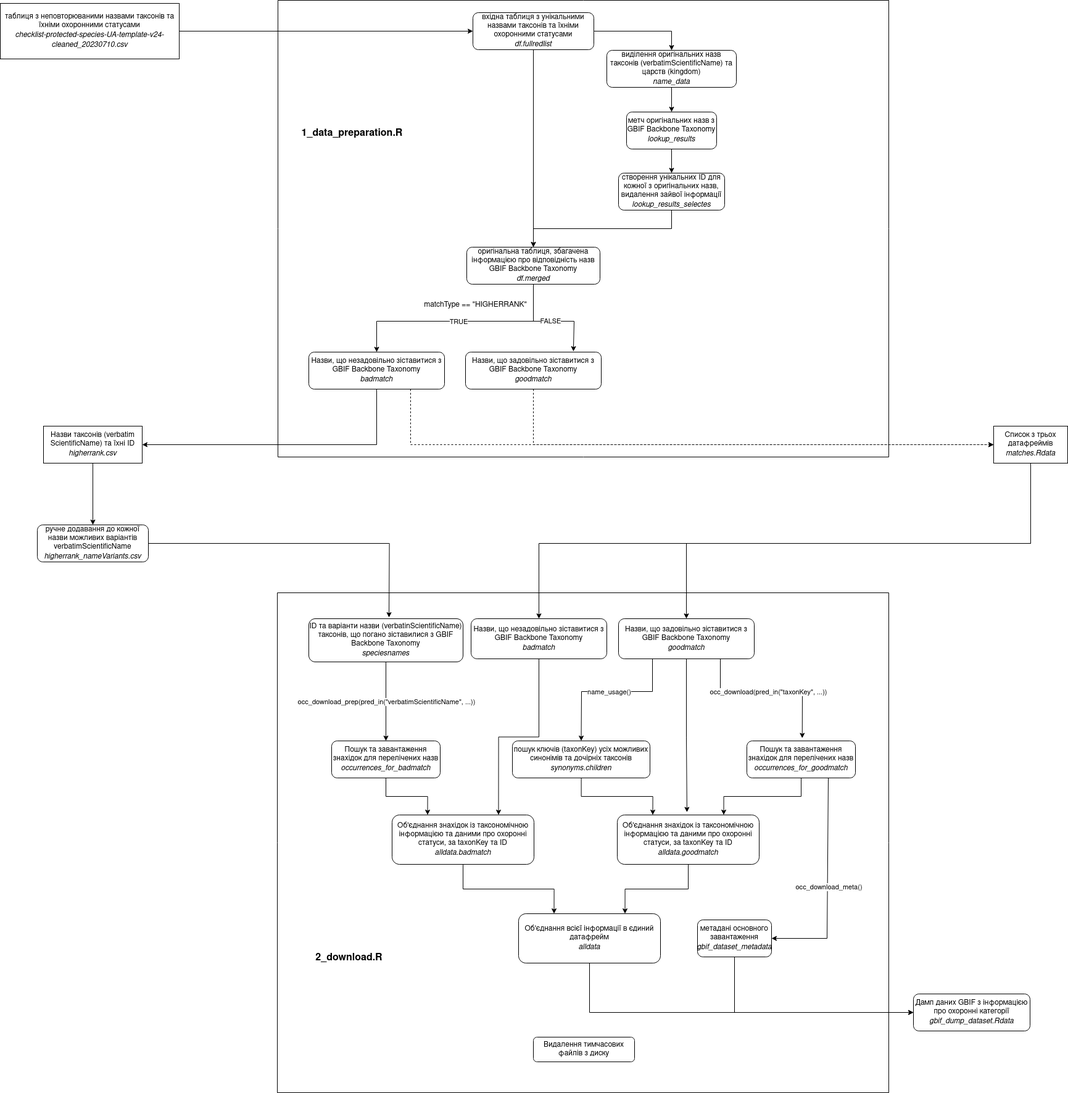
Above: gbif_occ_downloader_workflow.png in olehprylutskyi/GBIF_occurence_download (draw.io), before the change. Source tidied: cells renumbered, new cells last; positions are measured from the earlier drawing's top-left corner, leaving out a move shared by most shapes.
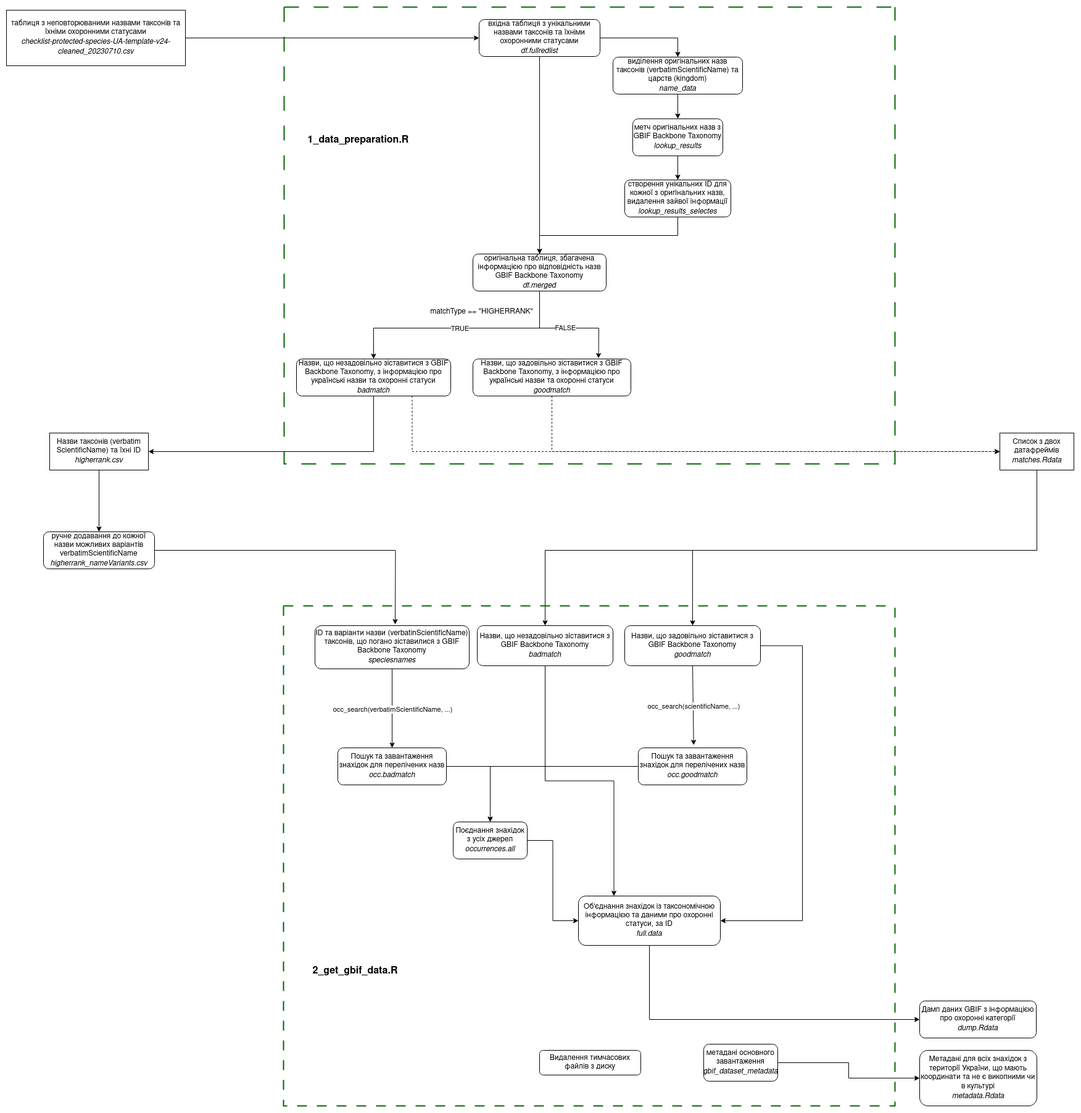
After the change.

What changed in the source:
```diff
@@ -35,8 +35,8 @@
     <mxCell id="12" style="edgeStyle=orthogonalEdgeStyle;rounded=0;jettySize=auto;html=1;exitX=0.5;exitY=1;exitDx=0;exitDy=0;entryX=0;entryY=0.5;entryDx=0;entryDy=0;dashed=1;" parent="1" edge="1" source="13" target="27">
       <mxGeometry relative="1" as="geometry" />
     </mxCell>
-    <mxCell id="13" value="&lt;div&gt;Назви, що задовільно зіставитися з GBIF Backbone Taxonomy&lt;/div&gt;&lt;div&gt;&lt;i&gt;goodmatch&lt;/i&gt;&lt;br&gt;&lt;/div&gt;" style="rounded=1;whiteSpace=wrap;html=1;" parent="1" vertex="1">
-      <mxGeometry x="754" y="570" width="220" height="60" as="geometry" />
+    <mxCell id="13" value="&lt;div&gt;Назви, що задовільно зіставитися з GBIF Backbone Taxonomy, з інформацією про українські назви та охоронні статуси&lt;/div&gt;&lt;div&gt;&lt;i&gt;goodmatch&lt;/i&gt;&lt;br&gt;&lt;/div&gt;" style="rounded=1;whiteSpace=wrap;html=1;" parent="1" vertex="1">
+      <mxGeometry x="756" y="570" width="256" height="60" as="geometry" />
     </mxCell>
     <mxCell id="14" style="edgeStyle=orthogonalEdgeStyle;rounded=0;jettySize=auto;html=1;exitX=0.5;exitY=1;exitDx=0;exitDy=0;entryX=1;entryY=0.5;entryDx=0;entryDy=0;" parent="1" edge="1" source="16" target="19">
       <mxGeometry relative="1" as="geometry" />
@@ -44,8 +44,8 @@
     <mxCell id="15" style="edgeStyle=orthogonalEdgeStyle;rounded=0;jettySize=auto;html=1;exitX=0.75;exitY=1;exitDx=0;exitDy=0;entryX=0;entryY=0.5;entryDx=0;entryDy=0;dashed=1;" parent="1" edge="1" source="16" target="27">
       <mxGeometry relative="1" as="geometry" />
     </mxCell>
-    <mxCell id="16" value="&lt;div&gt;Назви, що незадовільно зіставитися з GBIF Backbone Taxonomy&lt;/div&gt;&lt;div&gt;&lt;i&gt;badmatch&lt;/i&gt;&lt;br&gt;&lt;/div&gt;" style="rounded=1;whiteSpace=wrap;html=1;" parent="1" vertex="1">
-      <mxGeometry x="500" y="570" width="220" height="60" as="geometry" />
+    <mxCell id="16" value="&lt;div&gt;Назви, що незадовільно зіставитися з GBIF Backbone Taxonomy, з інформацією про українські назви та охоронні статуси&lt;br&gt;&lt;/div&gt;&lt;div&gt;&lt;i&gt;badmatch&lt;/i&gt;&lt;br&gt;&lt;/div&gt;" style="rounded=1;whiteSpace=wrap;html=1;" parent="1" vertex="1">
+      <mxGeometry x="470" y="570" width="250" height="60" as="geometry" />
     </mxCell>
     <mxCell id="17" value="matchType == &quot;HIGHERRANK&quot;" style="text;html=1;align=center;verticalAlign=middle;strokeColor=none;fillColor=none;" parent="1" vertex="1">
       <mxGeometry x="675" y="479" width="190" height="30" as="geometry" />
@@ -89,14 +89,14 @@
         </Array>
       </mxGeometry>
     </mxCell>
-    <mxCell id="27" value="&lt;div&gt;Список з трьох датафреймів &lt;br&gt;&lt;/div&gt;&lt;div&gt;&lt;i&gt;matches.Rdata&lt;/i&gt;&lt;/div&gt;" style="rounded=0;whiteSpace=wrap;html=1;" parent="1" vertex="1">
+    <mxCell id="27" value="&lt;div&gt;Список з двох датафреймів &lt;br&gt;&lt;/div&gt;&lt;div&gt;&lt;i&gt;matches.Rdata&lt;/i&gt;&lt;/div&gt;" style="rounded=0;whiteSpace=wrap;html=1;" parent="1" vertex="1">
       <mxGeometry x="1610" y="690" width="120" height="60" as="geometry" />
     </mxCell>
     <mxCell id="28" style="endArrow=classic;html=1;rounded=0;exitX=0.5;exitY=1;exitDx=0;exitDy=0;entryX=0.5;entryY=0;entryDx=0;entryDy=0;" parent="1" edge="1" source="11" target="16">
       <mxGeometry relative="1" as="geometry">
         <Array as="points">
           <mxPoint x="864" y="520" />
-          <mxPoint x="610" y="520" />
+          <mxPoint x="595" y="520" />
         </Array>
       </mxGeometry>
     </mxCell>
@@ -107,130 +107,93 @@
       <mxGeometry relative="1" as="geometry">
         <Array as="points">
           <mxPoint x="864" y="520" />
-          <mxPoint x="930" y="520" />
+          <mxPoint x="960" y="520" />
         </Array>
       </mxGeometry>
     </mxCell>
-    <mxCell id="31" style="edgeStyle=orthogonalEdgeStyle;rounded=0;jettySize=auto;html=1;entryX=0.75;entryY=0;entryDx=0;entryDy=0;" parent="1" edge="1" source="32" target="52">
-      <mxGeometry relative="1" as="geometry" />
-    </mxCell>
+    <mxCell id="64" style="edgeStyle=orthogonalEdgeStyle;rounded=0;jettySize=auto;html=1;entryX=0.25;entryY=0;entryDx=0;entryDy=0;" parent="1" edge="1" source="32" target="53">
+      <mxGeometry relative="1" as="geometry" />
+    </mxCell>
     <mxCell id="32" value="&lt;div&gt;Назви, що незадовільно зіставитися з GBIF Backbone Taxonomy&lt;/div&gt;&lt;div&gt;&lt;i&gt;badmatch&lt;/i&gt;&lt;br&gt;&lt;/div&gt;" style="rounded=1;whiteSpace=wrap;html=1;" parent="1" vertex="1">
       <mxGeometry x="763" y="1002" width="220" height="65" as="geometry" />
     </mxCell>
-    <mxCell id="33" style="edgeStyle=orthogonalEdgeStyle;rounded=0;jettySize=auto;html=1;entryX=0.491;entryY=-0.056;entryDx=0;entryDy=0;entryPerimeter=0;" parent="1" edge="1" source="34" target="50">
-      <mxGeometry relative="1" as="geometry" />
-    </mxCell>
+    <mxCell id="65" style="edgeStyle=orthogonalEdgeStyle;rounded=0;jettySize=auto;html=1;entryX=1;entryY=0.5;entryDx=0;entryDy=0;" parent="1" edge="1" source="34" target="53">
+      <mxGeometry relative="1" as="geometry">
+        <Array as="points">
+          <mxPoint x="1290" y="1035" />
+          <mxPoint x="1290" y="1480" />
+        </Array>
+      </mxGeometry>
+    </mxCell>
     <mxCell id="34" value="&lt;div&gt;Назви, що задовільно зіставитися з GBIF Backbone Taxonomy&lt;/div&gt;&lt;div&gt;&lt;i&gt;goodmatch&lt;/i&gt;&lt;br&gt;&lt;/div&gt;" style="rounded=1;whiteSpace=wrap;html=1;" parent="1" vertex="1">
       <mxGeometry x="1002" y="1002" width="220" height="65" as="geometry" />
     </mxCell>
-    <mxCell id="35" style="edgeStyle=orthogonalEdgeStyle;rounded=0;jettySize=auto;html=1;entryX=0.25;entryY=0;entryDx=0;entryDy=0;" parent="1" edge="1" source="36" target="52">
-      <mxGeometry relative="1" as="geometry" />
-    </mxCell>
+    <mxCell id="66" style="edgeStyle=orthogonalEdgeStyle;rounded=0;jettySize=auto;html=1;" parent="1" edge="1" source="36" target="70">
+      <mxGeometry relative="1" as="geometry" />
+    </mxCell>
-    <mxCell id="36" value="Пошук та завантаження знахідок для перелічених назв&lt;br&gt;&lt;div&gt;&lt;i&gt;occurrences_for_badmatch&lt;/i&gt;&lt;/div&gt;" style="rounded=1;whiteSpace=wrap;html=1;" parent="1" vertex="1">
+    <mxCell id="36" value="Пошук та завантаження знахідок для перелічених назв&lt;br&gt;&lt;div&gt;&lt;i&gt;occ.badmatch&lt;/i&gt;&lt;/div&gt;" style="rounded=1;whiteSpace=wrap;html=1;" parent="1" vertex="1">
       <mxGeometry x="537" y="1200" width="176" height="60" as="geometry" />
     </mxCell>
-    <mxCell id="37" style="swimlane;startSize=0;glass=0;swimlaneLine=1;gradientColor=none;" parent="1" vertex="1">
+    <mxCell id="37" style="swimlane;startSize=0;glass=0;swimlaneLine=1;gradientColor=none;dashed=1;dashPattern=12 12;strokeColor=#006600;strokeWidth=2;" parent="1" vertex="1">
       <mxGeometry x="450" width="990" height="740" as="geometry" />
     </mxCell>
     <mxCell id="38" value="&lt;b&gt;&lt;font style=&quot;font-size: 16px;&quot;&gt;1_data_preparation.R&lt;/font&gt;&lt;/b&gt;" style="text;html=1;align=center;verticalAlign=middle;strokeColor=none;fillColor=none;" parent="37" vertex="1">
       <mxGeometry x="25" y="201" width="190" height="30" as="geometry" />
     </mxCell>
-    <mxCell id="39" style="edgeStyle=orthogonalEdgeStyle;rounded=0;jettySize=auto;html=1;entryX=0.75;entryY=0;entryDx=0;entryDy=0;" parent="1" edge="1" source="40" target="50">
-      <mxGeometry relative="1" as="geometry" />
-    </mxCell>
-    <mxCell id="40" value="Пошук та завантаження знахідок для перелічених назв&lt;br&gt;&lt;div&gt;&lt;i&gt;occurrences_for_goodmatch&lt;/i&gt;&lt;/div&gt;" style="rounded=1;whiteSpace=wrap;html=1;" parent="1" vertex="1">
-      <mxGeometry x="1210" y="1200" width="176" height="60" as="geometry" />
-    </mxCell>
     <mxCell id="41" style="endArrow=classic;html=1;rounded=0;exitX=0.5;exitY=1;exitDx=0;exitDy=0;entryX=0.5;entryY=0;entryDx=0;entryDy=0;" parent="1" edge="1" source="22" target="36">
       <mxGeometry relative="1" as="geometry" />
     </mxCell>
-    <mxCell id="42" value="&lt;div&gt;occ_download_prep(pred_in(&quot;verbatimScientificName&quot;, ...))&lt;/div&gt;" style="edgeLabel;html=1;align=center;verticalAlign=middle;" parent="41" vertex="1">
+    <mxCell id="42" value="&lt;div&gt;occ_search(verbatimScientificName, ...)&lt;/div&gt;" style="edgeLabel;html=1;align=center;verticalAlign=middle;" parent="41" vertex="1">
       <mxGeometry relative="1" as="geometry" />
     </mxCell>
-    <mxCell id="43" style="endArrow=classic;html=1;rounded=0;entryX=0.51;entryY=-0.074;entryDx=0;entryDy=0;entryPerimeter=0;exitX=0.75;exitY=1;exitDx=0;exitDy=0;" parent="1" edge="1" source="34" target="40">
-      <mxGeometry relative="1" as="geometry">
-        <Array as="points">
-          <mxPoint x="1167" y="1120" />
-          <mxPoint x="1300" y="1120" />
-        </Array>
-      </mxGeometry>
+    <mxCell id="43" style="endArrow=classic;html=1;rounded=0;entryX=0.51;entryY=-0.074;entryDx=0;entryDy=0;entryPerimeter=0;exitX=0.5;exitY=1;exitDx=0;exitDy=0;" parent="1" edge="1" source="34" target="40">
+      <mxGeometry relative="1" as="geometry" />
     </mxCell>
-    <mxCell id="44" value="&lt;div&gt;occ_download(pred_in(&quot;taxonKey&quot;, ...))&lt;/div&gt;" style="edgeLabel;html=1;align=center;verticalAlign=middle;" parent="43" vertex="1">
+    <mxCell id="44" value="&lt;div&gt;occ_search(scientificName, ...)&lt;br&gt;&lt;/div&gt;" style="edgeLabel;html=1;align=center;verticalAlign=middle;" parent="43" vertex="1">
       <mxGeometry relative="1" as="geometry" />
     </mxCell>
-    <mxCell id="45" style="edgeStyle=orthogonalEdgeStyle;rounded=0;jettySize=auto;html=1;entryX=0.25;entryY=0;entryDx=0;entryDy=0;" parent="1" edge="1" source="46" target="50">
-      <mxGeometry relative="1" as="geometry" />
-    </mxCell>
-    <mxCell id="46" value="&lt;div&gt;пошук ключів (taxonKey) усіх можливих синонімів та дочірніх таксонів&lt;/div&gt;&lt;div&gt;&lt;i&gt;synonyms.children&lt;/i&gt;&lt;br&gt;&lt;/div&gt;" style="rounded=1;whiteSpace=wrap;html=1;" parent="1" vertex="1">
-      <mxGeometry x="830" y="1200" width="223" height="60" as="geometry" />
-    </mxCell>
-    <mxCell id="47" style="endArrow=classic;html=1;rounded=0;exitX=0.25;exitY=1;exitDx=0;exitDy=0;entryX=0.5;entryY=0;entryDx=0;entryDy=0;" parent="1" edge="1" source="34" target="46">
-      <mxGeometry relative="1" as="geometry">
-        <Array as="points">
-          <mxPoint x="1057" y="1120" />
-          <mxPoint x="942" y="1120" />
-        </Array>
-      </mxGeometry>
-    </mxCell>
-    <mxCell id="48" value="name_usage()" style="edgeLabel;html=1;align=center;verticalAlign=middle;" parent="47" vertex="1">
-      <mxGeometry relative="1" as="geometry" />
-    </mxCell>
-    <mxCell id="49" style="edgeStyle=orthogonalEdgeStyle;rounded=0;jettySize=auto;html=1;entryX=0.75;entryY=0;entryDx=0;entryDy=0;" parent="1" edge="1" source="50" target="53">
-      <mxGeometry relative="1" as="geometry" />
-    </mxCell>
-    <mxCell id="50" value="&lt;div&gt;Об'єднання знахідок із таксономічною інформацією та даними про охоронні статуси, за taxonKey та ID&lt;br&gt;&lt;/div&gt;&lt;div&gt;&lt;i&gt;alldata.goodmatch&lt;/i&gt;&lt;/div&gt;" style="rounded=1;whiteSpace=wrap;html=1;" parent="1" vertex="1">
-      <mxGeometry x="1000" y="1320" width="230" height="80" as="geometry" />
-    </mxCell>
-    <mxCell id="51" style="edgeStyle=orthogonalEdgeStyle;rounded=0;jettySize=auto;html=1;entryX=0.25;entryY=0;entryDx=0;entryDy=0;" parent="1" edge="1" source="52" target="53">
-      <mxGeometry relative="1" as="geometry" />
-    </mxCell>
-    <mxCell id="52" value="&lt;div&gt;Об'єднання знахідок із таксономічною інформацією та даними про охоронні статуси, за taxonKey та ID&lt;br&gt;&lt;/div&gt;&lt;div&gt;&lt;i&gt;alldata.badmatch&lt;/i&gt;&lt;/div&gt;" style="rounded=1;whiteSpace=wrap;html=1;" parent="1" vertex="1">
-      <mxGeometry x="635" y="1320" width="230" height="80" as="geometry" />
-    </mxCell>
-    <mxCell id="53" value="&lt;div&gt;Об'єднання всієї інформації в єдиний датафрейм&lt;br&gt;&lt;/div&gt;&lt;div&gt;&lt;i&gt;alldata&lt;/i&gt;&lt;/div&gt;" style="rounded=1;whiteSpace=wrap;html=1;" parent="1" vertex="1">
-      <mxGeometry x="840" y="1480" width="230" height="80" as="geometry" />
-    </mxCell>
+    <mxCell id="67" style="edgeStyle=orthogonalEdgeStyle;rounded=0;jettySize=auto;html=1;" parent="1" edge="1" source="54" target="71">
+      <mxGeometry relative="1" as="geometry" />
+    </mxCell>
     <mxCell id="54" value="&lt;div&gt;метадані основного завантаження &lt;i&gt;gbif_dataset_metadata&lt;/i&gt;&lt;br&gt;&lt;/div&gt;" style="rounded=1;whiteSpace=wrap;html=1;" parent="1" vertex="1">
-      <mxGeometry x="1130" y="1490" width="120" height="60" as="geometry" />
+      <mxGeometry x="1130" y="1680" width="120" height="60" as="geometry" />
     </mxCell>
-    <mxCell id="55" style="endArrow=classic;html=1;rounded=0;entryX=1;entryY=0.5;entryDx=0;entryDy=0;exitX=0.75;exitY=1;exitDx=0;exitDy=0;" parent="1" edge="1" source="40" target="54">
-      <mxGeometry relative="1" as="geometry">
-        <Array as="points">
-          <mxPoint x="1340" y="1520" />
-        </Array>
-      </mxGeometry>
-    </mxCell>
-    <mxCell id="56" value="Label" style="edgeLabel;html=1;align=center;verticalAlign=middle;" parent="55" vertex="1">
-      <mxGeometry relative="1" as="geometry" />
-    </mxCell>
-    <mxCell id="57" value="occ_download_meta()" style="edgeLabel;html=1;align=center;verticalAlign=middle;" parent="55" vertex="1">
-      <mxGeometry y="1" relative="1" as="geometry" />
-    </mxCell>
-    <mxCell id="58" style="swimlane;startSize=0;glass=0;swimlaneLine=1;gradientColor=none;" parent="1" vertex="1">
-      <mxGeometry x="449" y="960" width="991" height="810" as="geometry" />
+    <mxCell id="58" style="swimlane;startSize=0;glass=0;swimlaneLine=1;gradientColor=none;dashed=1;dashPattern=8 8;strokeColor=#006600;strokeWidth=2;" parent="1" vertex="1">
+      <mxGeometry x="449" y="970" width="991" height="810" as="geometry" />
     </mxCell>
-    <mxCell id="59" value="&lt;font style=&quot;font-size: 16px;&quot;&gt;&lt;b&gt;2&lt;font style=&quot;font-size: 16px;&quot;&gt;_download.R&lt;/font&gt;&lt;/b&gt;&lt;/font&gt;" style="text;html=1;align=center;verticalAlign=middle;strokeColor=none;fillColor=none;" parent="58" vertex="1">
-      <mxGeometry x="51" y="577" width="130" height="30" as="geometry" />
+    <mxCell id="59" value="&lt;font style=&quot;font-size: 16px;&quot;&gt;&lt;b&gt;2&lt;font style=&quot;font-size: 16px;&quot;&gt;_get_gbif_data.R&lt;/font&gt;&lt;/b&gt;&lt;/font&gt;" style="text;html=1;align=center;verticalAlign=middle;strokeColor=none;fillColor=none;" parent="58" vertex="1">
+      <mxGeometry x="36" y="577" width="160" height="30" as="geometry" />
     </mxCell>
     <mxCell id="60" value="Видалення тимчасових файлів з диску" style="rounded=1;whiteSpace=wrap;html=1;" parent="58" vertex="1">
       <mxGeometry x="415" y="720" width="164" height="40" as="geometry" />
     </mxCell>
+    <mxCell id="68" style="edgeStyle=orthogonalEdgeStyle;rounded=0;jettySize=auto;html=1;entryX=0.5;entryY=0;entryDx=0;entryDy=0;" parent="58" edge="1" source="40" target="70">
+      <mxGeometry relative="1" as="geometry" />
+    </mxCell>
+    <mxCell id="40" value="Пошук та завантаження знахідок для перелічених назв&lt;br&gt;&lt;div&gt;&lt;i&gt;occ.goodmatch&lt;/i&gt;&lt;/div&gt;" style="rounded=1;whiteSpace=wrap;html=1;" parent="58" vertex="1">
+      <mxGeometry x="575" y="230" width="176" height="60" as="geometry" />
+    </mxCell>
+    <mxCell id="69" style="edgeStyle=orthogonalEdgeStyle;rounded=0;jettySize=auto;html=1;entryX=0;entryY=0.5;entryDx=0;entryDy=0;" parent="58" edge="1" source="70" target="53">
+      <mxGeometry relative="1" as="geometry" />
+    </mxCell>
+    <mxCell id="70" value="&lt;div&gt;Поєднання знахідок з усіх джерел&lt;/div&gt;&lt;div&gt;&lt;i&gt;occurrences.all&lt;/i&gt;&lt;br&gt;&lt;/div&gt;" style="rounded=1;whiteSpace=wrap;html=1;" parent="58" vertex="1">
+      <mxGeometry x="275" y="350" width="120" height="60" as="geometry" />
+    </mxCell>
+    <mxCell id="53" value="&lt;div&gt;Об'єднання знахідок із таксономічною інформацією та даними про охоронні статуси, за ID&lt;/div&gt;&lt;div&gt;&lt;i&gt;full.data&lt;/i&gt;&lt;/div&gt;" style="rounded=1;whiteSpace=wrap;html=1;" parent="58" vertex="1">
+      <mxGeometry x="478" y="470" width="230" height="80" as="geometry" />
+    </mxCell>
     <mxCell id="61" style="endArrow=classic;html=1;rounded=0;entryX=0;entryY=0.5;entryDx=0;entryDy=0;exitX=0.5;exitY=1;exitDx=0;exitDy=0;" parent="1" edge="1" source="53" target="62">
       <mxGeometry relative="1" as="geometry">
         <Array as="points">
-          <mxPoint x="955" y="1640" />
+          <mxPoint x="1042" y="1640" />
         </Array>
       </mxGeometry>
     </mxCell>
-    <mxCell id="62" value="Дамп даних GBIF з інформацією про охоронні категорії&lt;br&gt;&lt;div&gt;&lt;i&gt;gbif_dump_dataset.Rdata&lt;/i&gt;&lt;/div&gt;" style="rounded=1;whiteSpace=wrap;html=1;" parent="1" vertex="1">
+    <mxCell id="62" value="&lt;div&gt;Дамп даних GBIF з інформацією про охоронні категорії&lt;/div&gt;&lt;div&gt;&lt;i&gt;dump.Rdata&lt;/i&gt;&lt;/div&gt;" style="rounded=1;whiteSpace=wrap;html=1;" parent="1" vertex="1">
       <mxGeometry x="1480" y="1610" width="189" height="60" as="geometry" />
     </mxCell>
-    <mxCell id="63" style="endArrow=classic;html=1;rounded=0;exitX=0.5;exitY=1;exitDx=0;exitDy=0;entryX=0;entryY=0.5;entryDx=0;entryDy=0;" parent="1" edge="1" source="54" target="62">
-      <mxGeometry relative="1" as="geometry">
-        <Array as="points">
-          <mxPoint x="1190" y="1640" />
-        </Array>
-      </mxGeometry>
-    </mxCell>
+    <mxCell id="71" value="&lt;div&gt;Метадані для всіх знахідок з території України, що мають координати та не є викопними чи в культурі&lt;/div&gt;&lt;div&gt;&lt;i&gt;metadata.Rdata&lt;/i&gt;&lt;br&gt;&lt;/div&gt;" style="rounded=1;whiteSpace=wrap;html=1;" parent="1" vertex="1">
+      <mxGeometry x="1480" y="1690" width="190" height="90" as="geometry" />
+    </mxCell>
   </root>
 </mxGraphModel>
```
